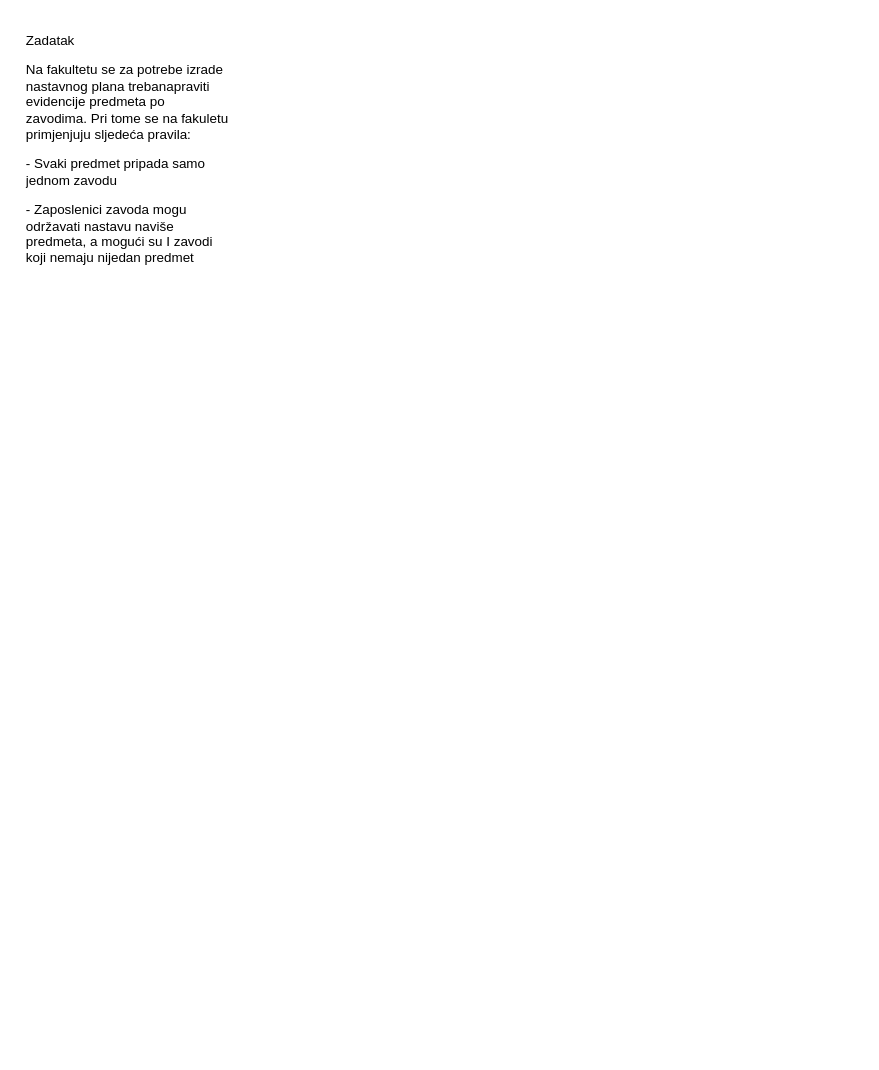
Above: fakultet.drawio in RankoSimic/baze_podataka (draw.io), before the change. Source tidied: cells renumbered, new cells numbered last; positions are measured from the earlier drawing's top-left corner, leaving out a move shared by most shapes. Both pictures are drawn from the tidied source at 112%, with x=0, y=0 at pixel (20, 30).
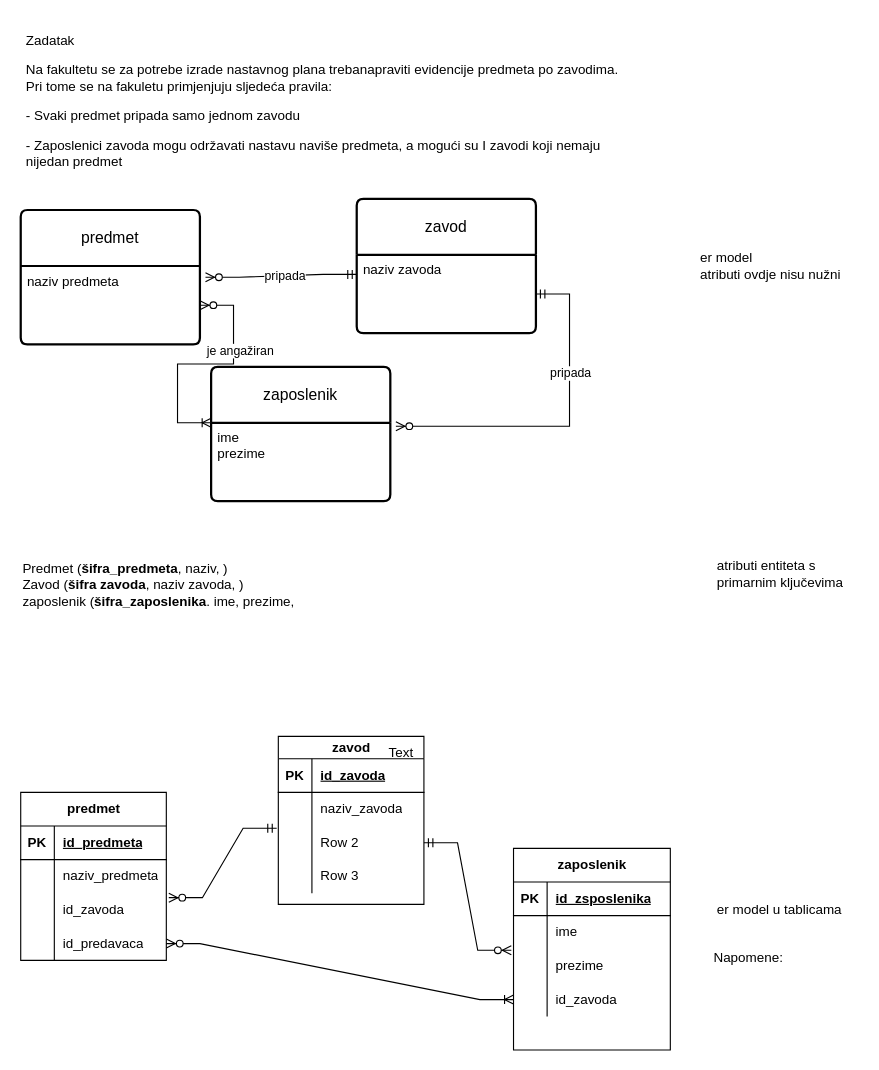
The same page after the edit.

The edit, as a diff of the source:
```diff
@@
     <mxCell id="2" value="&lt;p&gt;Zadatak&lt;/p&gt;&lt;p&gt;&lt;/p&gt;&lt;p&gt;Na fakultetu se za potrebe izrade nastavnog plana trebanapraviti evidencije predmeta po zavodima. Pri tome se na fakuletu primjenjuju sljedeća pravila:&lt;/p&gt;&lt;p&gt;- Svaki predmet pripada samo jednom zavodu&lt;/p&gt;&lt;p&gt;&lt;span&gt;- Zaposlenici zavoda mogu održavati nastavu naviše predmeta, a mogući su I zavodi koji nemaju nijedan predmet &lt;/span&gt;&lt;/p&gt;" style="text;html=1;strokeColor=none;fillColor=none;spacing=5;spacingTop=-20;whiteSpace=wrap;overflow=hidden;rounded=0;" parent="1" vertex="1">
-      <mxGeometry width="190" height="230" as="geometry" />
+      <mxGeometry width="550" height="130" as="geometry" />
     </mxCell>
+    <mxCell id="3" value="zavod" style="shape=table;startSize=20;childLayout=tableLayout;rowLines=0;fontStyle=1;align=center;html=1;" parent="1" vertex="1">
+      <mxGeometry x="230" y="630" width="130" height="150" as="geometry" />
+    </mxCell>
+    <mxCell id="4" style="shape=tableRow;horizontal=0;startSize=0;swimlaneHead=0;swimlaneBody=0;fillColor=none;top=0;left=0;right=0;bottom=1;" parent="3" vertex="1">
+      <mxGeometry y="20" width="130" height="30" as="geometry" />
+    </mxCell>
+    <mxCell id="5" value="PK" style="shape=partialRectangle;fillColor=none;top=0;left=0;bottom=0;right=0;fontStyle=1;overflow=hidden;whiteSpace=wrap;html=1;" parent="4" vertex="1">
+      <mxGeometry width="30" height="30" as="geometry" />
+    </mxCell>
+    <mxCell id="6" value="id_zavoda" style="shape=partialRectangle;fillColor=none;top=0;left=0;bottom=0;right=0;align=left;spacingLeft=6;fontStyle=5;overflow=hidden;whiteSpace=wrap;html=1;" parent="4" vertex="1">
+      <mxGeometry x="30" width="100" height="30" as="geometry" />
+    </mxCell>
+    <mxCell id="7" style="shape=tableRow;horizontal=0;startSize=0;swimlaneHead=0;swimlaneBody=0;fillColor=none;top=0;left=0;right=0;bottom=0;" parent="3" vertex="1">
+      <mxGeometry y="50" width="130" height="30" as="geometry" />
+    </mxCell>
+    <mxCell id="8" style="shape=partialRectangle;fillColor=none;top=0;left=0;bottom=0;right=0;overflow=hidden;whiteSpace=wrap;html=1;" parent="7" vertex="1">
+      <mxGeometry width="30" height="30" as="geometry" />
+    </mxCell>
+    <mxCell id="9" value="naziv_zavoda" style="shape=partialRectangle;fillColor=none;top=0;left=0;bottom=0;right=0;align=left;spacingLeft=6;overflow=hidden;whiteSpace=wrap;html=1;" parent="7" vertex="1">
+      <mxGeometry x="30" width="100" height="30" as="geometry" />
+    </mxCell>
+    <mxCell id="10" style="shape=tableRow;horizontal=0;startSize=0;swimlaneHead=0;swimlaneBody=0;fillColor=none;points=[[0,0.5],[1,0.5]];portConstraint=eastwest;top=0;left=0;right=0;bottom=0;" parent="3" vertex="1">
+      <mxGeometry y="80" width="130" height="30" as="geometry" />
+    </mxCell>
+    <mxCell id="11" style="shape=partialRectangle;fillColor=none;top=0;left=0;bottom=0;right=0;overflow=hidden;whiteSpace=wrap;html=1;" parent="10" vertex="1">
+      <mxGeometry width="30" height="30" as="geometry" />
+    </mxCell>
+    <mxCell id="12" value="Row 2" style="shape=partialRectangle;fillColor=none;top=0;left=0;bottom=0;right=0;align=left;spacingLeft=6;overflow=hidden;whiteSpace=wrap;html=1;" parent="10" vertex="1">
+      <mxGeometry x="30" width="100" height="30" as="geometry" />
+    </mxCell>
+    <mxCell id="13" style="shape=tableRow;horizontal=0;startSize=0;swimlaneHead=0;swimlaneBody=0;fillColor=none;top=0;left=0;right=0;bottom=0;" parent="3" vertex="1">
+      <mxGeometry y="110" width="130" height="30" as="geometry" />
+    </mxCell>
+    <mxCell id="14" style="shape=partialRectangle;fillColor=none;top=0;left=0;bottom=0;right=0;overflow=hidden;whiteSpace=wrap;html=1;" parent="13" vertex="1">
+      <mxGeometry width="30" height="30" as="geometry" />
+    </mxCell>
+    <mxCell id="15" value="Row 3" style="shape=partialRectangle;fillColor=none;top=0;left=0;bottom=0;right=0;align=left;spacingLeft=6;overflow=hidden;whiteSpace=wrap;html=1;" parent="13" vertex="1">
+      <mxGeometry x="30" width="100" height="30" as="geometry" />
+    </mxCell>
+    <mxCell id="16" value="predmet" style="shape=table;startSize=30;childLayout=tableLayout;rowLines=0;fontStyle=1;align=center;html=1;" parent="1" vertex="1">
+      <mxGeometry y="680" width="130" height="150" as="geometry" />
+    </mxCell>
+    <mxCell id="17" style="shape=tableRow;horizontal=0;startSize=0;swimlaneHead=0;swimlaneBody=0;fillColor=none;top=0;left=0;right=0;bottom=1;" parent="16" vertex="1">
+      <mxGeometry y="30" width="130" height="30" as="geometry" />
+    </mxCell>
+    <mxCell id="18" value="PK" style="shape=partialRectangle;fillColor=none;top=0;left=0;bottom=0;right=0;fontStyle=1;overflow=hidden;whiteSpace=wrap;html=1;" parent="17" vertex="1">
+      <mxGeometry width="30" height="30" as="geometry" />
+    </mxCell>
+    <mxCell id="19" value="id_predmeta" style="shape=partialRectangle;fillColor=none;top=0;left=0;bottom=0;right=0;align=left;spacingLeft=6;fontStyle=5;overflow=hidden;whiteSpace=wrap;html=1;" parent="17" vertex="1">
+      <mxGeometry x="30" width="100" height="30" as="geometry" />
+    </mxCell>
+    <mxCell id="20" style="shape=tableRow;horizontal=0;startSize=0;swimlaneHead=0;swimlaneBody=0;fillColor=none;top=0;left=0;right=0;bottom=0;" parent="16" vertex="1">
+      <mxGeometry y="60" width="130" height="30" as="geometry" />
+    </mxCell>
+    <mxCell id="21" style="shape=partialRectangle;fillColor=none;top=0;left=0;bottom=0;right=0;overflow=hidden;whiteSpace=wrap;html=1;" parent="20" vertex="1">
+      <mxGeometry width="30" height="30" as="geometry" />
+    </mxCell>
+    <mxCell id="22" value="naziv_predmeta" style="shape=partialRectangle;fillColor=none;top=0;left=0;bottom=0;right=0;align=left;spacingLeft=6;overflow=hidden;whiteSpace=wrap;html=1;" parent="20" vertex="1">
+      <mxGeometry x="30" width="100" height="30" as="geometry" />
+    </mxCell>
+    <mxCell id="23" style="shape=tableRow;horizontal=0;startSize=0;swimlaneHead=0;swimlaneBody=0;fillColor=none;points=[[0,0.5],[1,0.5]];portConstraint=eastwest;top=0;left=0;right=0;bottom=0;" parent="16" vertex="1">
+      <mxGeometry y="90" width="130" height="30" as="geometry" />
+    </mxCell>
+    <mxCell id="24" style="shape=partialRectangle;fillColor=none;top=0;left=0;bottom=0;right=0;overflow=hidden;whiteSpace=wrap;html=1;" parent="23" vertex="1">
+      <mxGeometry width="30" height="30" as="geometry" />
+    </mxCell>
+    <mxCell id="25" value="id_zavoda" style="shape=partialRectangle;fillColor=none;top=0;left=0;bottom=0;right=0;align=left;spacingLeft=6;overflow=hidden;whiteSpace=wrap;html=1;" parent="23" vertex="1">
+      <mxGeometry x="30" width="100" height="30" as="geometry" />
+    </mxCell>
+    <mxCell id="26" style="shape=tableRow;horizontal=0;startSize=0;swimlaneHead=0;swimlaneBody=0;fillColor=none;points=[[0,0.5],[1,0.5]];portConstraint=eastwest;top=0;left=0;right=0;bottom=0;" parent="16" vertex="1">
+      <mxGeometry y="120" width="130" height="30" as="geometry" />
+    </mxCell>
+    <mxCell id="27" style="shape=partialRectangle;fillColor=none;top=0;left=0;bottom=0;right=0;overflow=hidden;whiteSpace=wrap;html=1;" parent="26" vertex="1">
+      <mxGeometry width="30" height="30" as="geometry" />
+    </mxCell>
+    <mxCell id="28" value="id_predavaca" style="shape=partialRectangle;fillColor=none;top=0;left=0;bottom=0;right=0;align=left;spacingLeft=6;overflow=hidden;whiteSpace=wrap;html=1;" parent="26" vertex="1">
+      <mxGeometry x="30" width="100" height="30" as="geometry" />
+    </mxCell>
+    <mxCell id="29" style="edgeStyle=entityRelationEdgeStyle;fontSize=12;html=1;endArrow=ERzeroToMany;startArrow=ERmandOne;rounded=0;entryX=1.017;entryY=0.133;entryDx=0;entryDy=0;entryPerimeter=0;exitX=-0.011;exitY=0.067;exitDx=0;exitDy=0;exitPerimeter=0;" parent="1" edge="1" source="10" target="23">
+      <mxGeometry relative="1" as="geometry" />
+    </mxCell>
+    <mxCell id="30" value="zaposlenik" style="shape=table;startSize=30;childLayout=tableLayout;rowLines=0;fontStyle=1;align=center;html=1;" parent="1" vertex="1">
+      <mxGeometry x="440" y="730" width="140" height="180" as="geometry" />
+    </mxCell>
+    <mxCell id="31" style="shape=tableRow;horizontal=0;startSize=0;swimlaneHead=0;swimlaneBody=0;fillColor=none;top=0;left=0;right=0;bottom=1;" parent="30" vertex="1">
+      <mxGeometry y="30" width="140" height="30" as="geometry" />
+    </mxCell>
+    <mxCell id="32" value="PK" style="shape=partialRectangle;fillColor=none;top=0;left=0;bottom=0;right=0;fontStyle=1;overflow=hidden;whiteSpace=wrap;html=1;" parent="31" vertex="1">
+      <mxGeometry width="30" height="30" as="geometry" />
+    </mxCell>
+    <mxCell id="33" value="id_zsposlenika" style="shape=partialRectangle;fillColor=none;top=0;left=0;bottom=0;right=0;align=left;spacingLeft=6;fontStyle=5;overflow=hidden;whiteSpace=wrap;html=1;" parent="31" vertex="1">
+      <mxGeometry x="30" width="110" height="30" as="geometry" />
+    </mxCell>
+    <mxCell id="34" style="shape=tableRow;horizontal=0;startSize=0;swimlaneHead=0;swimlaneBody=0;fillColor=none;top=0;left=0;right=0;bottom=0;" parent="30" vertex="1">
+      <mxGeometry y="60" width="140" height="30" as="geometry" />
+    </mxCell>
+    <mxCell id="35" style="shape=partialRectangle;fillColor=none;top=0;left=0;bottom=0;right=0;overflow=hidden;whiteSpace=wrap;html=1;" parent="34" vertex="1">
+      <mxGeometry width="30" height="30" as="geometry" />
+    </mxCell>
+    <mxCell id="36" value="ime " style="shape=partialRectangle;fillColor=none;top=0;left=0;bottom=0;right=0;align=left;spacingLeft=6;overflow=hidden;whiteSpace=wrap;html=1;" parent="34" vertex="1">
+      <mxGeometry x="30" width="110" height="30" as="geometry" />
+    </mxCell>
+    <mxCell id="37" style="shape=tableRow;horizontal=0;startSize=0;swimlaneHead=0;swimlaneBody=0;fillColor=none;points=[[0,0.5],[1,0.5]];portConstraint=eastwest;top=0;left=0;right=0;bottom=0;" parent="30" vertex="1">
+      <mxGeometry y="90" width="140" height="30" as="geometry" />
+    </mxCell>
+    <mxCell id="38" style="shape=partialRectangle;fillColor=none;top=0;left=0;bottom=0;right=0;overflow=hidden;whiteSpace=wrap;html=1;" parent="37" vertex="1">
+      <mxGeometry width="30" height="30" as="geometry" />
+    </mxCell>
+    <mxCell id="39" value="prezime" style="shape=partialRectangle;fillColor=none;top=0;left=0;bottom=0;right=0;align=left;spacingLeft=6;overflow=hidden;whiteSpace=wrap;html=1;" parent="37" vertex="1">
+      <mxGeometry x="30" width="110" height="30" as="geometry" />
+    </mxCell>
+    <mxCell id="40" style="shape=tableRow;horizontal=0;startSize=0;swimlaneHead=0;swimlaneBody=0;fillColor=none;points=[[0,0.5],[1,0.5]];portConstraint=eastwest;top=0;left=0;right=0;bottom=0;" parent="30" vertex="1">
+      <mxGeometry y="120" width="140" height="30" as="geometry" />
+    </mxCell>
+    <mxCell id="41" style="shape=partialRectangle;fillColor=none;top=0;left=0;bottom=0;right=0;overflow=hidden;whiteSpace=wrap;html=1;" parent="40" vertex="1">
+      <mxGeometry width="30" height="30" as="geometry" />
+    </mxCell>
+    <mxCell id="42" value="id_zavoda " style="shape=partialRectangle;fillColor=none;top=0;left=0;bottom=0;right=0;align=left;spacingLeft=6;overflow=hidden;whiteSpace=wrap;html=1;" parent="40" vertex="1">
+      <mxGeometry x="30" width="110" height="30" as="geometry" />
+    </mxCell>
+    <mxCell id="43" style="edgeStyle=entityRelationEdgeStyle;fontSize=12;html=1;endArrow=ERzeroToMany;startArrow=ERmandOne;rounded=0;entryX=-0.014;entryY=0.033;entryDx=0;entryDy=0;entryPerimeter=0;" parent="1" edge="1" source="10" target="37">
+      <mxGeometry relative="1" as="geometry" />
+    </mxCell>
+    <mxCell id="44" style="edgeStyle=entityRelationEdgeStyle;fontSize=12;html=1;endArrow=ERoneToMany;startArrow=ERzeroToMany;rounded=0;entryX=0;entryY=0.5;entryDx=0;entryDy=0;" parent="1" edge="1" source="26" target="40">
+      <mxGeometry relative="1" as="geometry" />
+    </mxCell>
+    <mxCell id="45" value="predmet" style="swimlane;horizontal=1;startSize=50;rounded=1;fontSize=14;fontStyle=0;strokeWidth=2;shadow=0;dashed=0;align=center;arcSize=4;whiteSpace=wrap;html=1;" parent="1" vertex="1">
+      <mxGeometry y="160" width="160" height="120" as="geometry" />
+    </mxCell>
+    <mxCell id="46" value="naziv predmeta&lt;br&gt;" style="align=left;strokeColor=none;fillColor=none;spacingLeft=4;fontSize=12;verticalAlign=top;html=1;" parent="45" vertex="1">
+      <mxGeometry y="50" width="160" height="70" as="geometry" />
+    </mxCell>
+    <mxCell id="47" value="zavod" style="swimlane;horizontal=1;startSize=50;rounded=1;fontSize=14;fontStyle=0;strokeWidth=2;shadow=0;dashed=0;align=center;arcSize=4;whiteSpace=wrap;html=1;" parent="1" vertex="1">
+      <mxGeometry x="300" y="150" width="160" height="120" as="geometry" />
+    </mxCell>
+    <mxCell id="48" value="naziv zavoda" style="align=left;strokeColor=none;fillColor=none;spacingLeft=4;fontSize=12;verticalAlign=top;html=1;" parent="47" vertex="1">
+      <mxGeometry y="50" width="160" height="70" as="geometry" />
+    </mxCell>
+    <mxCell id="49" value="zaposlenik" style="swimlane;horizontal=1;startSize=50;rounded=1;fontSize=14;fontStyle=0;strokeWidth=2;shadow=0;dashed=0;align=center;arcSize=4;whiteSpace=wrap;html=1;" parent="1" vertex="1">
+      <mxGeometry x="170" y="300" width="160" height="120" as="geometry" />
+    </mxCell>
+    <mxCell id="50" value="&lt;div&gt;ime&lt;/div&gt;&lt;div&gt;prezime &lt;br&gt;&lt;/div&gt;&lt;div&gt;&lt;br&gt;&lt;/div&gt;" style="align=left;strokeColor=none;fillColor=none;spacingLeft=4;fontSize=12;verticalAlign=top;html=1;" parent="49" vertex="1">
+      <mxGeometry y="50" width="160" height="70" as="geometry" />
+    </mxCell>
+    <mxCell id="51" style="edgeStyle=entityRelationEdgeStyle;fontSize=12;html=1;endArrow=ERzeroToMany;startArrow=ERmandOne;rounded=0;exitX=0;exitY=0.25;exitDx=0;exitDy=0;entryX=1.031;entryY=0.143;entryDx=0;entryDy=0;entryPerimeter=0;" parent="1" edge="1" source="48" target="46">
+      <mxGeometry relative="1" as="geometry" />
+    </mxCell>
+    <mxCell id="52" value="pripada" style="edgeLabel;html=1;align=center;verticalAlign=middle;" parent="51" vertex="1">
+      <mxGeometry x="-0.04" relative="1" as="geometry" />
+    </mxCell>
+    <mxCell id="53" style="edgeStyle=entityRelationEdgeStyle;fontSize=12;html=1;endArrow=ERzeroToMany;startArrow=ERmandOne;rounded=0;entryX=1.031;entryY=0.442;entryDx=0;entryDy=0;entryPerimeter=0;" parent="1" edge="1" source="48" target="49">
+      <mxGeometry relative="1" as="geometry" />
+    </mxCell>
+    <mxCell id="54" value="pripada" style="edgeLabel;html=1;align=center;verticalAlign=middle;" parent="53" vertex="1">
+      <mxGeometry x="-0.34" relative="1" as="geometry" />
+    </mxCell>
+    <mxCell id="55" style="edgeStyle=entityRelationEdgeStyle;fontSize=12;html=1;endArrow=ERoneToMany;startArrow=ERzeroToMany;rounded=0;entryX=0;entryY=0;entryDx=0;entryDy=0;" parent="1" edge="1" source="46" target="50">
+      <mxGeometry relative="1" as="geometry" />
+    </mxCell>
+    <mxCell id="56" value="je angažiran" style="edgeLabel;html=1;align=center;verticalAlign=middle;" parent="55" vertex="1">
+      <mxGeometry x="-0.35" y="5" relative="1" as="geometry" />
+    </mxCell>
+    <mxCell id="57" value="&lt;div&gt;er model &lt;br&gt;&lt;/div&gt;&lt;div&gt;atributi ovdje nisu nužni &lt;br&gt;&lt;/div&gt;" style="text;html=1;strokeColor=none;fillColor=none;align=left;verticalAlign=middle;whiteSpace=wrap;rounded=0;" parent="1" vertex="1">
+      <mxGeometry x="605" y="195" width="130" height="30" as="geometry" />
+    </mxCell>
+    <mxCell id="58" value="&lt;div&gt;Predmet (&lt;b&gt;šifra_predmeta&lt;/b&gt;, naziv, )&lt;/div&gt;&lt;div&gt;Zavod (&lt;b&gt;šifra zavoda&lt;/b&gt;, naziv zavoda, )&lt;/div&gt;&lt;div&gt;zaposlenik (&lt;b&gt;šifra_zaposlenika&lt;/b&gt;. ime, prezime, &lt;br&gt;&lt;/div&gt;" style="text;html=1;strokeColor=none;fillColor=none;align=left;verticalAlign=middle;whiteSpace=wrap;rounded=0;" parent="1" vertex="1">
+      <mxGeometry y="440" width="420" height="110" as="geometry" />
+    </mxCell>
+    <mxCell id="59" value="Text" style="text;html=1;strokeColor=none;fillColor=none;align=center;verticalAlign=middle;whiteSpace=wrap;rounded=0;" parent="1" vertex="1">
+      <mxGeometry x="310" y="630" width="60" height="30" as="geometry" />
+    </mxCell>
+    <mxCell id="60" value="atributi entiteta s primarnim ključevima " style="text;html=1;strokeColor=none;fillColor=none;align=left;verticalAlign=middle;whiteSpace=wrap;rounded=0;" parent="1" vertex="1">
+      <mxGeometry x="620" y="470" width="130" height="30" as="geometry" />
+    </mxCell>
+    <mxCell id="61" value="er model u tablicama " style="text;html=1;strokeColor=none;fillColor=none;align=left;verticalAlign=middle;whiteSpace=wrap;rounded=0;" parent="1" vertex="1">
+      <mxGeometry x="620" y="770" width="130" height="30" as="geometry" />
+    </mxCell>
+    <mxCell id="62" value="&lt;div&gt;Napomene:&lt;/div&gt;&lt;div&gt;&lt;br&gt;&lt;/div&gt;" style="text;html=1;strokeColor=none;fillColor=none;align=center;verticalAlign=middle;whiteSpace=wrap;rounded=0;" parent="1" vertex="1">
+      <mxGeometry x="620" y="810" width="60" height="50" as="geometry" />
+    </mxCell>
```
